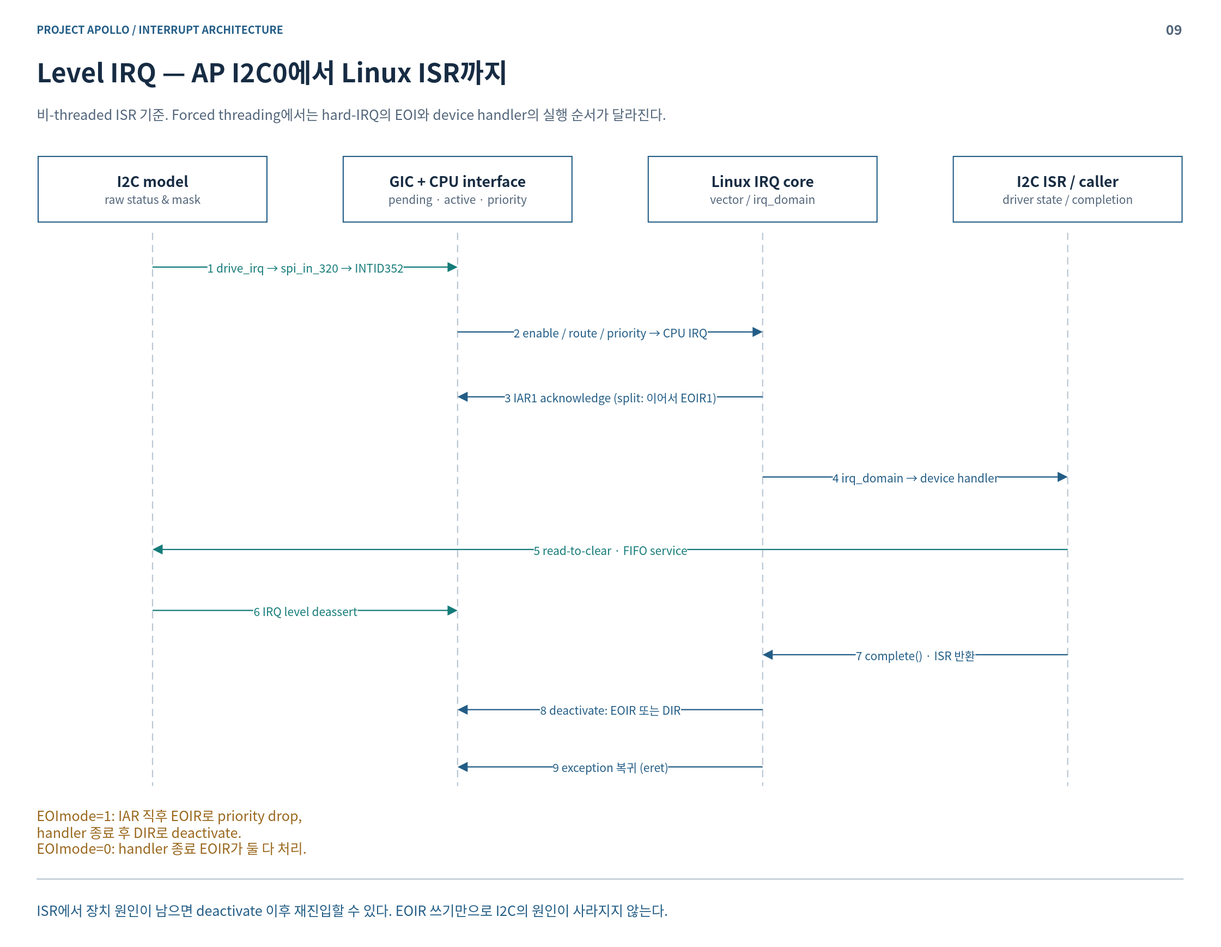
Above: doc/phase1/interrupt/diagrams/09-level-sequence.drawio.svg in cometzero/project-apollo (draw.io), before the change. Source tidied: cells renumbered, new cells last; positions are measured from the earlier drawing's top-left corner, leaving out a move shared by most shapes.
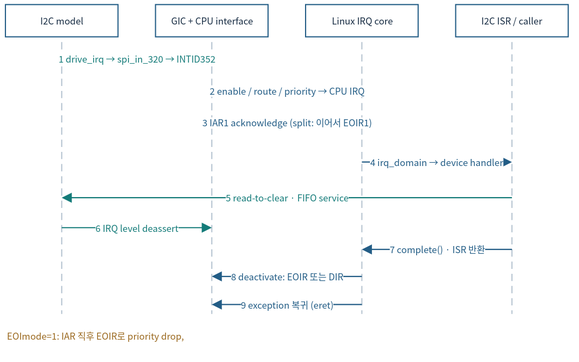
The same diagram one commit later.

What changed in the source:
```diff
@@ -2,122 +2,98 @@
   <root>
     <mxCell id="0" />
     <mxCell id="1" parent="0" />
-    <mxCell id="2" style="rounded=0;whiteSpace=wrap;html=1;fillColor=#FFFFFF;strokeColor=none;strokeWidth=1.5;fontColor=#172C43;fontFamily=Noto Sans CJK KR;fontSize=18;spacing=14;" parent="1" vertex="1">
-      <mxGeometry width="1600" height="1240" as="geometry" />
-    </mxCell>
-    <mxCell id="3" value="PROJECT APOLLO  /  INTERRUPT ARCHITECTURE" style="rounded=0;whiteSpace=wrap;html=1;fillColor=#FFFFFF;strokeColor=none;strokeWidth=1.5;fontColor=#172C43;fontFamily=Noto Sans CJK KR;fontSize=18;spacing=14;fillColor=none;align=left;verticalAlign=middle;spacing=0;fontSize=14;fontColor=#235D86;fontStyle=1;" parent="1" vertex="1">
-      <mxGeometry x="48" y="26" width="1400" height="24" as="geometry" />
-    </mxCell>
-    <mxCell id="4" value="09" style="rounded=0;whiteSpace=wrap;html=1;fillColor=#FFFFFF;strokeColor=none;strokeWidth=1.5;fontColor=#172C43;fontFamily=Noto Sans CJK KR;fontSize=18;spacing=14;fillColor=none;align=right;verticalAlign=middle;spacing=0;fontSize=18;fontColor=#52657A;fontStyle=1;" parent="1" vertex="1">
-      <mxGeometry x="1485" y="23" width="65" height="30" as="geometry" />
-    </mxCell>
-    <mxCell id="5" value="Level IRQ — AP I2C0에서 Linux ISR까지" style="rounded=0;whiteSpace=wrap;html=1;fillColor=#FFFFFF;strokeColor=none;strokeWidth=1.5;fontColor=#172C43;fontFamily=Noto Sans CJK KR;fontSize=18;spacing=14;fillColor=none;align=left;verticalAlign=middle;spacing=0;fontSize=34;fontColor=#172C43;fontStyle=1;" parent="1" vertex="1">
-      <mxGeometry x="48" y="67" width="1504" height="54" as="geometry" />
-    </mxCell>
-    <mxCell id="6" value="비-threaded ISR 기준. Forced threading에서는 hard-IRQ의 EOI와 device handler의 실행 순서가 달라진다." style="rounded=0;whiteSpace=wrap;html=1;fillColor=#FFFFFF;strokeColor=none;strokeWidth=1.5;fontColor=#172C43;fontFamily=Noto Sans CJK KR;fontSize=18;spacing=14;fillColor=none;align=left;verticalAlign=middle;spacing=0;fontSize=18;fontColor=#52657A;" parent="1" vertex="1">
-      <mxGeometry x="48" y="127" width="1504" height="44" as="geometry" />
-    </mxCell>
-    <mxCell id="7" style="html=1;rounded=0;edgeStyle=none;endArrow=none;endSize=9;strokeColor=#BAC7D3;strokeWidth=1.6;fontColor=#BAC7D3;fontFamily=Noto Sans CJK KR;fontSize=15;labelBackgroundColor=#FFFFFF;" parent="1" edge="1">
-      <mxGeometry relative="1" as="geometry">
-        <mxPoint x="48" y="1152" as="sourcePoint" />
-        <mxPoint x="1552" y="1152" as="targetPoint" />
-      </mxGeometry>
-    </mxCell>
-    <mxCell id="8" value="ISR에서 장치 원인이 남으면 deactivate 이후 재진입할 수 있다. EOIR 쓰기만으로 I2C의 원인이 사라지지 않는다." style="rounded=0;whiteSpace=wrap;html=1;fillColor=#FFFFFF;strokeColor=none;strokeWidth=1.5;fontColor=#172C43;fontFamily=Noto Sans CJK KR;fontSize=18;spacing=14;fillColor=none;align=left;verticalAlign=middle;spacing=0;fontSize=18;fontColor=#235D86;" parent="1" vertex="1">
-      <mxGeometry x="48" y="1166" width="1504" height="52" as="geometry" />
-    </mxCell>
-    <mxCell id="9" value="&lt;b style=&quot;font-size:19px&quot;&gt;I2C model&lt;/b&gt;&lt;br&gt;&lt;font color=&quot;#52657A&quot; style=&quot;font-size:15px&quot;&gt;raw status &amp;amp; mask&lt;/font&gt;" style="rounded=0;whiteSpace=wrap;html=1;fillColor=#FFFFFF;strokeColor=#235D86;strokeWidth=1.5;fontColor=#172C43;fontFamily=Noto Sans CJK KR;fontSize=18;spacing=14;" parent="1" vertex="1">
-      <mxGeometry x="50" y="205" width="300" height="86" as="geometry" />
+    <mxCell id="9" value="I2C model" style="rounded=0;whiteSpace=wrap;html=1;fillColor=#FFFFFF;strokeColor=#235D86;strokeWidth=1.5;fontColor=#172C43;fontFamily=Noto Sans CJK KR;fontSize=12;spacing=3;whiteSpace=wrap;" parent="1" vertex="1">
+      <mxGeometry x="13" y="12" width="147.6" height="42.3" as="geometry" />
     </mxCell>
-    <mxCell id="10" style="html=1;rounded=0;edgeStyle=none;endArrow=none;endSize=9;strokeColor=#BAC7D3;strokeWidth=1.6;fontColor=#BAC7D3;fontFamily=Noto Sans CJK KR;fontSize=15;labelBackgroundColor=#FFFFFF;dashed=1;dashPattern=6 4;" parent="1" edge="1">
+    <mxCell id="10" style="html=1;rounded=0;edgeStyle=none;endArrow=none;endSize=9;strokeColor=#BAC7D3;strokeWidth=1.6;fontColor=#BAC7D3;fontFamily=Noto Sans CJK KR;labelBackgroundColor=#FFFFFF;dashed=1;dashPattern=6 4;fontSize=12;spacing=3;whiteSpace=nowrap;" parent="1" edge="1">
       <mxGeometry relative="1" as="geometry">
-        <mxPoint x="200" y="305" as="sourcePoint" />
-        <mxPoint x="200" y="1030" as="targetPoint" />
+        <mxPoint x="86.8" y="61.2" as="sourcePoint" />
+        <mxPoint x="86.8" y="417.9" as="targetPoint" />
       </mxGeometry>
     </mxCell>
-    <mxCell id="11" value="&lt;b style=&quot;font-size:19px&quot;&gt;GIC + CPU interface&lt;/b&gt;&lt;br&gt;&lt;font color=&quot;#52657A&quot; style=&quot;font-size:15px&quot;&gt;pending · active · priority&lt;/font&gt;" style="rounded=0;whiteSpace=wrap;html=1;fillColor=#FFFFFF;strokeColor=#235D86;strokeWidth=1.5;fontColor=#172C43;fontFamily=Noto Sans CJK KR;fontSize=18;spacing=14;" parent="1" vertex="1">
-      <mxGeometry x="450" y="205" width="300" height="86" as="geometry" />
+    <mxCell id="11" value="GIC + CPU interface" style="rounded=0;whiteSpace=wrap;html=1;fillColor=#FFFFFF;strokeColor=#235D86;strokeWidth=1.5;fontColor=#172C43;fontFamily=Noto Sans CJK KR;fontSize=12;spacing=3;whiteSpace=wrap;" parent="1" vertex="1">
+      <mxGeometry x="209.8" y="12" width="147.6" height="42.3" as="geometry" />
     </mxCell>
-    <mxCell id="12" style="html=1;rounded=0;edgeStyle=none;endArrow=none;endSize=9;strokeColor=#BAC7D3;strokeWidth=1.6;fontColor=#BAC7D3;fontFamily=Noto Sans CJK KR;fontSize=15;labelBackgroundColor=#FFFFFF;dashed=1;dashPattern=6 4;" parent="1" edge="1">
+    <mxCell id="12" style="html=1;rounded=0;edgeStyle=none;endArrow=none;endSize=9;strokeColor=#BAC7D3;strokeWidth=1.6;fontColor=#BAC7D3;fontFamily=Noto Sans CJK KR;labelBackgroundColor=#FFFFFF;dashed=1;dashPattern=6 4;fontSize=12;spacing=3;whiteSpace=nowrap;" parent="1" edge="1">
       <mxGeometry relative="1" as="geometry">
-        <mxPoint x="600" y="305" as="sourcePoint" />
-        <mxPoint x="600" y="1030" as="targetPoint" />
+        <mxPoint x="283.6" y="61.2" as="sourcePoint" />
+        <mxPoint x="283.6" y="417.9" as="targetPoint" />
       </mxGeometry>
     </mxCell>
-    <mxCell id="13" value="&lt;b style=&quot;font-size:19px&quot;&gt;Linux IRQ core&lt;/b&gt;&lt;br&gt;&lt;font color=&quot;#52657A&quot; style=&quot;font-size:15px&quot;&gt;vector / irq_domain&lt;/font&gt;" style="rounded=0;whiteSpace=wrap;html=1;fillColor=#FFFFFF;strokeColor=#235D86;strokeWidth=1.5;fontColor=#172C43;fontFamily=Noto Sans CJK KR;fontSize=18;spacing=14;" parent="1" vertex="1">
-      <mxGeometry x="850" y="205" width="300" height="86" as="geometry" />
+    <mxCell id="13" value="Linux IRQ core" style="rounded=0;whiteSpace=wrap;html=1;fillColor=#FFFFFF;strokeColor=#235D86;strokeWidth=1.5;fontColor=#172C43;fontFamily=Noto Sans CJK KR;fontSize=12;spacing=3;whiteSpace=wrap;" parent="1" vertex="1">
+      <mxGeometry x="406.6" y="12" width="147.6" height="42.3" as="geometry" />
     </mxCell>
-    <mxCell id="14" style="html=1;rounded=0;edgeStyle=none;endArrow=none;endSize=9;strokeColor=#BAC7D3;strokeWidth=1.6;fontColor=#BAC7D3;fontFamily=Noto Sans CJK KR;fontSize=15;labelBackgroundColor=#FFFFFF;dashed=1;dashPattern=6 4;" parent="1" edge="1">
+    <mxCell id="14" style="html=1;rounded=0;edgeStyle=none;endArrow=none;endSize=9;strokeColor=#BAC7D3;strokeWidth=1.6;fontColor=#BAC7D3;fontFamily=Noto Sans CJK KR;labelBackgroundColor=#FFFFFF;dashed=1;dashPattern=6 4;fontSize=12;spacing=3;whiteSpace=nowrap;" parent="1" edge="1">
       <mxGeometry relative="1" as="geometry">
-        <mxPoint x="1000" y="305" as="sourcePoint" />
-        <mxPoint x="1000" y="1030" as="targetPoint" />
+        <mxPoint x="480.4" y="61.2" as="sourcePoint" />
+        <mxPoint x="480.4" y="417.9" as="targetPoint" />
       </mxGeometry>
     </mxCell>
-    <mxCell id="15" value="&lt;b style=&quot;font-size:19px&quot;&gt;I2C ISR / caller&lt;/b&gt;&lt;br&gt;&lt;font color=&quot;#52657A&quot; style=&quot;font-size:15px&quot;&gt;driver state / completion&lt;/font&gt;" style="rounded=0;whiteSpace=wrap;html=1;fillColor=#FFFFFF;strokeColor=#235D86;strokeWidth=1.5;fontColor=#172C43;fontFamily=Noto Sans CJK KR;fontSize=18;spacing=14;" parent="1" vertex="1">
-      <mxGeometry x="1250" y="205" width="300" height="86" as="geometry" />
+    <mxCell id="15" value="I2C ISR / caller" style="rounded=0;whiteSpace=wrap;html=1;fillColor=#FFFFFF;strokeColor=#235D86;strokeWidth=1.5;fontColor=#172C43;fontFamily=Noto Sans CJK KR;fontSize=12;spacing=3;whiteSpace=wrap;" parent="1" vertex="1">
+      <mxGeometry x="603.4" y="12" width="147.6" height="42.3" as="geometry" />
     </mxCell>
-    <mxCell id="16" style="html=1;rounded=0;edgeStyle=none;endArrow=none;endSize=9;strokeColor=#BAC7D3;strokeWidth=1.6;fontColor=#BAC7D3;fontFamily=Noto Sans CJK KR;fontSize=15;labelBackgroundColor=#FFFFFF;dashed=1;dashPattern=6 4;" parent="1" edge="1">
+    <mxCell id="16" style="html=1;rounded=0;edgeStyle=none;endArrow=none;endSize=9;strokeColor=#BAC7D3;strokeWidth=1.6;fontColor=#BAC7D3;fontFamily=Noto Sans CJK KR;labelBackgroundColor=#FFFFFF;dashed=1;dashPattern=6 4;fontSize=12;spacing=3;whiteSpace=nowrap;" parent="1" edge="1">
       <mxGeometry relative="1" as="geometry">
-        <mxPoint x="1400" y="305" as="sourcePoint" />
-        <mxPoint x="1400" y="1030" as="targetPoint" />
+        <mxPoint x="677.2" y="61.2" as="sourcePoint" />
+        <mxPoint x="677.2" y="417.9" as="targetPoint" />
       </mxGeometry>
     </mxCell>
-    <mxCell id="17" value="1  drive_irq → spi_in_320 → INTID352" style="html=1;rounded=0;edgeStyle=none;endArrow=block;endSize=9;strokeColor=#147B79;strokeWidth=1.6;fontColor=#147B79;fontFamily=Noto Sans CJK KR;fontSize=15;labelBackgroundColor=#FFFFFF;" parent="1" edge="1">
+    <mxCell id="17" value="1  drive_irq → spi_in_320 → INTID352" style="html=1;rounded=0;edgeStyle=none;endArrow=block;endSize=9;strokeColor=#147B79;strokeWidth=1.6;fontColor=#147B79;fontFamily=Noto Sans CJK KR;labelBackgroundColor=#FFFFFF;fontSize=12;spacing=3;whiteSpace=nowrap;" parent="1" edge="1">
       <mxGeometry relative="1" as="geometry">
-        <mxPoint x="200" y="350" as="sourcePoint" />
-        <mxPoint x="600" y="350" as="targetPoint" />
+        <mxPoint x="86.8" y="83.3" as="sourcePoint" />
+        <mxPoint x="283.6" y="83.3" as="targetPoint" />
       </mxGeometry>
     </mxCell>
-    <mxCell id="18" value="2  enable / route / priority → CPU IRQ" style="html=1;rounded=0;edgeStyle=none;endArrow=block;endSize=9;strokeColor=#235D86;strokeWidth=1.6;fontColor=#235D86;fontFamily=Noto Sans CJK KR;fontSize=15;labelBackgroundColor=#FFFFFF;" parent="1" edge="1">
+    <mxCell id="18" value="2  enable / route / priority → CPU IRQ" style="html=1;rounded=0;edgeStyle=none;endArrow=block;endSize=9;strokeColor=#235D86;strokeWidth=1.6;fontColor=#235D86;fontFamily=Noto Sans CJK KR;labelBackgroundColor=#FFFFFF;fontSize=12;spacing=3;whiteSpace=nowrap;" parent="1" edge="1">
       <mxGeometry relative="1" as="geometry">
-        <mxPoint x="600" y="435" as="sourcePoint" />
-        <mxPoint x="1000" y="435" as="targetPoint" />
+        <mxPoint x="283.6" y="125.2" as="sourcePoint" />
+        <mxPoint x="480.4" y="125.2" as="targetPoint" />
       </mxGeometry>
     </mxCell>
-    <mxCell id="19" value="3  IAR1 acknowledge (split: 이어서 EOIR1)" style="html=1;rounded=0;edgeStyle=none;endArrow=block;endSize=9;strokeColor=#235D86;strokeWidth=1.6;fontColor=#235D86;fontFamily=Noto Sans CJK KR;fontSize=15;labelBackgroundColor=#FFFFFF;" parent="1" edge="1">
+    <mxCell id="19" value="3  IAR1 acknowledge (split: 이어서 EOIR1)" style="html=1;rounded=0;edgeStyle=none;endArrow=block;endSize=9;strokeColor=#235D86;strokeWidth=1.6;fontColor=#235D86;fontFamily=Noto Sans CJK KR;labelBackgroundColor=#FFFFFF;fontSize=12;spacing=3;whiteSpace=nowrap;" parent="1" edge="1">
       <mxGeometry relative="1" as="geometry">
-        <mxPoint x="1000" y="520" as="sourcePoint" />
-        <mxPoint x="600" y="520" as="targetPoint" />
+        <mxPoint x="480.4" y="167" as="sourcePoint" />
+        <mxPoint x="283.6" y="167" as="targetPoint" />
       </mxGeometry>
     </mxCell>
-    <mxCell id="20" value="4  irq_domain → device handler" style="html=1;rounded=0;edgeStyle=none;endArrow=block;endSize=9;strokeColor=#235D86;strokeWidth=1.6;fontColor=#235D86;fontFamily=Noto Sans CJK KR;fontSize=15;labelBackgroundColor=#FFFFFF;" parent="1" edge="1">
+    <mxCell id="20" value="4  irq_domain → device handler" style="html=1;rounded=0;edgeStyle=none;endArrow=block;endSize=9;strokeColor=#235D86;strokeWidth=1.6;fontColor=#235D86;fontFamily=Noto Sans CJK KR;labelBackgroundColor=#FFFFFF;fontSize=12;spacing=3;whiteSpace=nowrap;" parent="1" edge="1">
       <mxGeometry relative="1" as="geometry">
-        <mxPoint x="1000" y="625" as="sourcePoint" />
-        <mxPoint x="1400" y="625" as="targetPoint" />
+        <mxPoint x="480.4" y="218.7" as="sourcePoint" />
+        <mxPoint x="677.2" y="218.7" as="targetPoint" />
       </mxGeometry>
     </mxCell>
-    <mxCell id="21" value="5  read-to-clear · FIFO service" style="html=1;rounded=0;edgeStyle=none;endArrow=block;endSize=9;strokeColor=#147B79;strokeWidth=1.6;fontColor=#147B79;fontFamily=Noto Sans CJK KR;fontSize=15;labelBackgroundColor=#FFFFFF;" parent="1" edge="1">
+    <mxCell id="21" value="5  read-to-clear · FIFO service" style="html=1;rounded=0;edgeStyle=none;endArrow=block;endSize=9;strokeColor=#147B79;strokeWidth=1.6;fontColor=#147B79;fontFamily=Noto Sans CJK KR;labelBackgroundColor=#FFFFFF;fontSize=12;spacing=3;whiteSpace=nowrap;" parent="1" edge="1">
       <mxGeometry relative="1" as="geometry">
-        <mxPoint x="1400" y="720" as="sourcePoint" />
-        <mxPoint x="200" y="720" as="targetPoint" />
+        <mxPoint x="677.2" y="265.4" as="sourcePoint" />
+        <mxPoint x="86.8" y="265.4" as="targetPoint" />
       </mxGeometry>
     </mxCell>
-    <mxCell id="22" value="6  IRQ level deassert" style="html=1;rounded=0;edgeStyle=none;endArrow=block;endSize=9;strokeColor=#147B79;strokeWidth=1.6;fontColor=#147B79;fontFamily=Noto Sans CJK KR;fontSize=15;labelBackgroundColor=#FFFFFF;" parent="1" edge="1">
+    <mxCell id="22" value="6  IRQ level deassert" style="html=1;rounded=0;edgeStyle=none;endArrow=block;endSize=9;strokeColor=#147B79;strokeWidth=1.6;fontColor=#147B79;fontFamily=Noto Sans CJK KR;labelBackgroundColor=#FFFFFF;fontSize=12;spacing=3;whiteSpace=nowrap;" parent="1" edge="1">
       <mxGeometry relative="1" as="geometry">
-        <mxPoint x="200" y="800" as="sourcePoint" />
-        <mxPoint x="600" y="800" as="targetPoint" />
+        <mxPoint x="86.8" y="304.8" as="sourcePoint" />
+        <mxPoint x="283.6" y="304.8" as="targetPoint" />
       </mxGeometry>
     </mxCell>
-    <mxCell id="23" value="7  complete() · ISR 반환" style="html=1;rounded=0;edgeStyle=none;endArrow=block;endSize=9;strokeColor=#235D86;strokeWidth=1.6;fontColor=#235D86;fontFamily=Noto Sans CJK KR;fontSize=15;labelBackgroundColor=#FFFFFF;" parent="1" edge="1">
+    <mxCell id="23" value="7  complete() · ISR 반환" style="html=1;rounded=0;edgeStyle=none;endArrow=block;endSize=9;strokeColor=#235D86;strokeWidth=1.6;fontColor=#235D86;fontFamily=Noto Sans CJK KR;labelBackgroundColor=#FFFFFF;fontSize=12;spacing=3;whiteSpace=nowrap;" parent="1" edge="1">
       <mxGeometry relative="1" as="geometry">
-        <mxPoint x="1400" y="858" as="sourcePoint" />
-        <mxPoint x="1000" y="858" as="targetPoint" />
+        <mxPoint x="677.2" y="333.3" as="sourcePoint" />
+        <mxPoint x="480.4" y="333.3" as="targetPoint" />
       </mxGeometry>
     </mxCell>
-    <mxCell id="24" value="8  deactivate: EOIR 또는 DIR" style="html=1;rounded=0;edgeStyle=none;endArrow=block;endSize=9;strokeColor=#235D86;strokeWidth=1.6;fontColor=#235D86;fontFamily=Noto Sans CJK KR;fontSize=15;labelBackgroundColor=#FFFFFF;" parent="1" edge="1">
+    <mxCell id="24" value="8  deactivate: EOIR 또는 DIR" style="html=1;rounded=0;edgeStyle=none;endArrow=block;endSize=9;strokeColor=#235D86;strokeWidth=1.6;fontColor=#235D86;fontFamily=Noto Sans CJK KR;labelBackgroundColor=#FFFFFF;fontSize=12;spacing=3;whiteSpace=nowrap;" parent="1" edge="1">
       <mxGeometry relative="1" as="geometry">
-        <mxPoint x="1000" y="930" as="sourcePoint" />
-        <mxPoint x="600" y="930" as="targetPoint" />
+        <mxPoint x="480.4" y="368.7" as="sourcePoint" />
+        <mxPoint x="283.6" y="368.7" as="targetPoint" />
       </mxGeometry>
     </mxCell>
-    <mxCell id="25" value="9  exception 복귀 (eret)" style="html=1;rounded=0;edgeStyle=none;endArrow=block;endSize=9;strokeColor=#235D86;strokeWidth=1.6;fontColor=#235D86;fontFamily=Noto Sans CJK KR;fontSize=15;labelBackgroundColor=#FFFFFF;" parent="1" edge="1">
+    <mxCell id="25" value="9  exception 복귀 (eret)" style="html=1;rounded=0;edgeStyle=none;endArrow=block;endSize=9;strokeColor=#235D86;strokeWidth=1.6;fontColor=#235D86;fontFamily=Noto Sans CJK KR;labelBackgroundColor=#FFFFFF;fontSize=12;spacing=3;whiteSpace=nowrap;" parent="1" edge="1">
       <mxGeometry relative="1" as="geometry">
-        <mxPoint x="1000" y="1005" as="sourcePoint" />
-        <mxPoint x="600" y="1005" as="targetPoint" />
+        <mxPoint x="480.4" y="405.6" as="sourcePoint" />
+        <mxPoint x="283.6" y="405.6" as="targetPoint" />
       </mxGeometry>
     </mxCell>
-    <mxCell id="26" value="EOImode=1: IAR 직후 EOIR로 priority drop,&lt;br&gt;handler 종료 후 DIR로 deactivate.&lt;br&gt;EOImode=0: handler 종료 EOIR가 둘 다 처리." style="rounded=0;whiteSpace=wrap;html=1;fillColor=#FFFFFF;strokeColor=none;strokeWidth=1.5;fontColor=#172C43;fontFamily=Noto Sans CJK KR;fontSize=18;spacing=14;fillColor=none;align=left;verticalAlign=middle;spacing=0;fontSize=18;fontColor=#9A681E;" parent="1" vertex="1">
-      <mxGeometry x="48" y="1050" width="1504" height="80" as="geometry" />
+    <mxCell id="26" value="EOImode=1: IAR 직후 EOIR로 priority drop," style="rounded=0;whiteSpace=wrap;html=1;fillColor=#FFFFFF;strokeColor=none;strokeWidth=1.5;fontColor=#172C43;fontFamily=Noto Sans CJK KR;fillColor=none;align=left;verticalAlign=middle;fontColor=#9A681E;fontSize=12;spacing=3;whiteSpace=wrap;" parent="1" vertex="1">
+      <mxGeometry x="12" y="427.8" width="740" height="39.4" as="geometry" />
     </mxCell>
   </root>
 </mxGraphModel>
```
